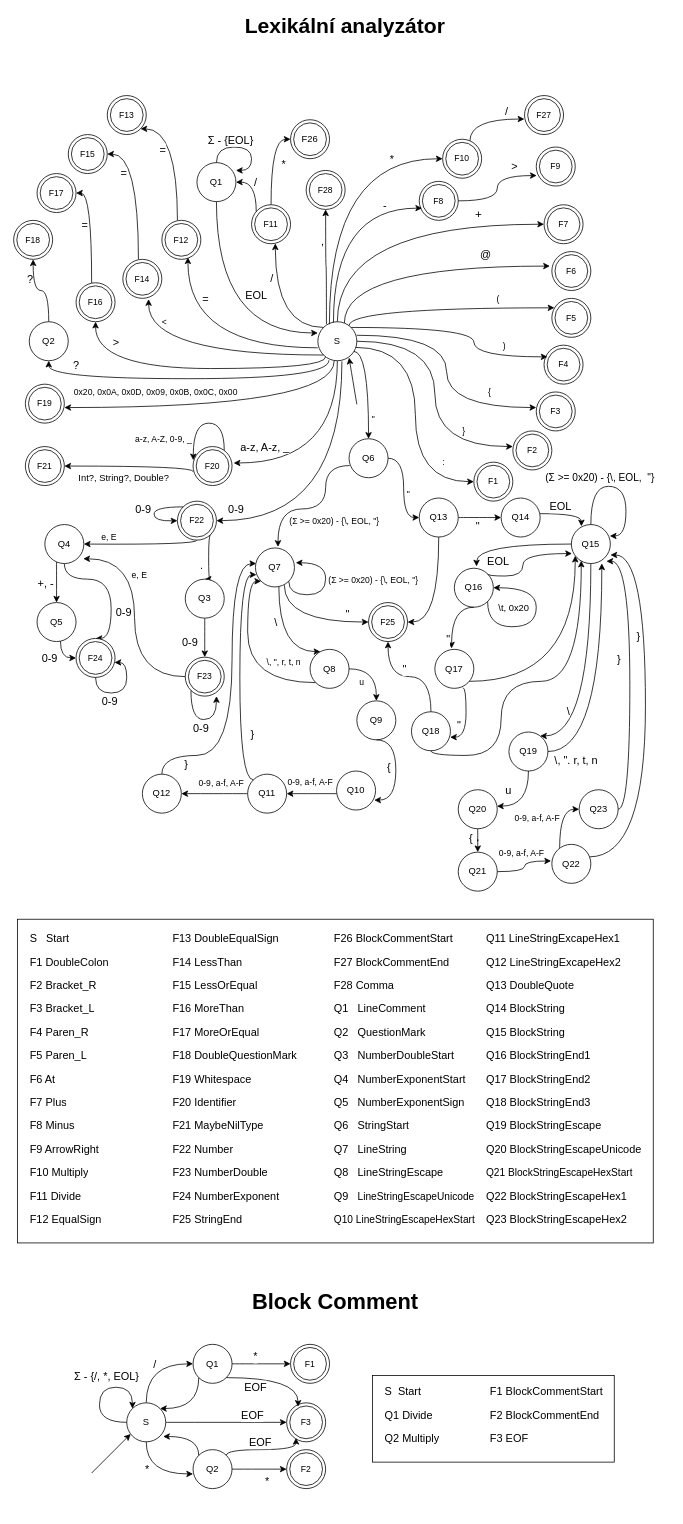
This is doc/ifj23.drawio from IFJ23-Survivalists/IFJ23, a draw.io file, before an edit. Source tidied: cells renumbered, new cells numbered last; positions are measured from the earlier drawing's top-left corner, leaving out a move shared by most shapes. Both pictures are drawn from the tidied source at 78%, with x=0, y=0 at pixel (13, 14).
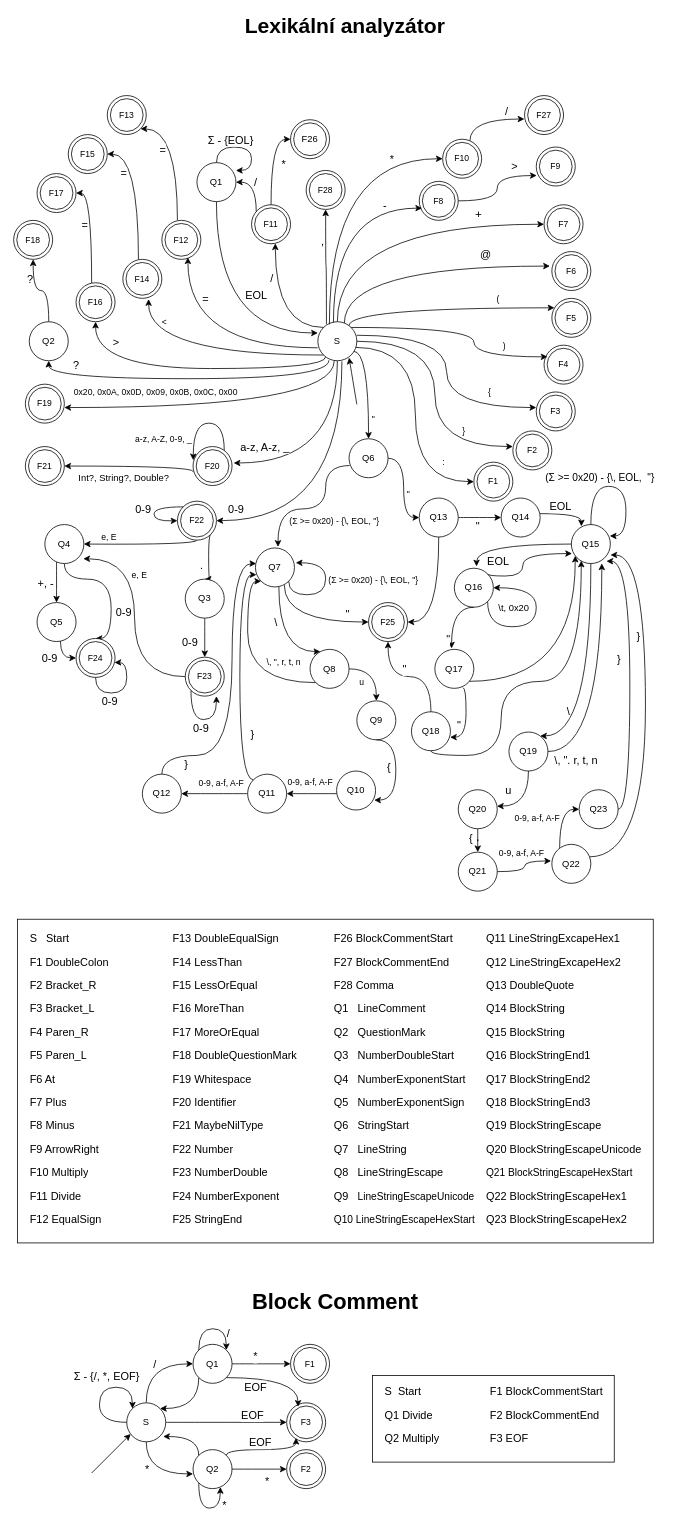
The same diagram, later.

The change refers to these unchanged cells:
```xml
<mxCell id="260" value="Q1" style="ellipse;whiteSpace=wrap;html=1;" parent="1" vertex="1">
  <mxGeometry x="230" y="1705" width="50" height="50" as="geometry" />
</mxCell>
<mxCell id="263" value="Q2" style="ellipse;whiteSpace=wrap;html=1;" parent="1" vertex="1">
  <mxGeometry x="230" y="1840" width="50" height="50" as="geometry" />
</mxCell>
<mxCell id="280" style="edgeStyle=orthogonalEdgeStyle;shape=connector;curved=1;rounded=0;orthogonalLoop=1;jettySize=auto;html=1;exitX=0;exitY=0.5;exitDx=0;exitDy=0;entryX=0;entryY=0;entryDx=0;entryDy=0;labelBackgroundColor=default;strokeColor=default;align=center;verticalAlign=middle;fontFamily=Helvetica;fontSize=14;fontColor=default;endArrow=classic;" parent="1" edge="1" source="254" target="254">
  <mxGeometry relative="1" as="geometry">
    <Array as="points">
      <mxPoint x="110" y="1805" />
      <mxPoint x="110" y="1760" />
      <mxPoint x="152" y="1760" />
    </Array>
  </mxGeometry>
</mxCell>
```

What changed in the source:
```diff
@@
-    <mxCell id="281" value="Σ - {/, *, EOL}" style="edgeLabel;html=1;align=center;verticalAlign=middle;fontSize=14;fontFamily=Helvetica;fontColor=default;" parent="280" vertex="1">
+    <mxCell id="281" value="Σ - {/, *, EOF}" style="edgeLabel;html=1;align=center;verticalAlign=middle;fontSize=14;fontFamily=Helvetica;fontColor=default;" parent="280" vertex="1">
       <mxGeometry x="0.18" relative="1" as="geometry">
         <mxPoint y="-15" as="offset" />
       </mxGeometry>
     </mxCell>
@@
+    <mxCell id="284" style="edgeStyle=orthogonalEdgeStyle;rounded=0;orthogonalLoop=1;jettySize=auto;html=1;exitX=0;exitY=1;exitDx=0;exitDy=0;entryX=0.7;entryY=0.96;entryDx=0;entryDy=0;entryPerimeter=0;curved=1;" parent="1" edge="1" source="263" target="263">
+      <mxGeometry relative="1" as="geometry">
+        <Array as="points">
+          <mxPoint x="237" y="1915" />
+          <mxPoint x="265" y="1915" />
+        </Array>
+      </mxGeometry>
+    </mxCell>
+    <mxCell id="285" value="*" style="edgeLabel;html=1;align=center;verticalAlign=middle;fontSize=14;" parent="284" vertex="1">
+      <mxGeometry x="0.13" y="-3" relative="1" as="geometry">
+        <mxPoint x="16" y="-8" as="offset" />
+      </mxGeometry>
+    </mxCell>
+    <mxCell id="286" style="edgeStyle=orthogonalEdgeStyle;rounded=0;orthogonalLoop=1;jettySize=auto;html=1;exitX=0;exitY=0;exitDx=0;exitDy=0;entryX=1;entryY=0;entryDx=0;entryDy=0;curved=1;" parent="1" edge="1" source="260" target="260">
+      <mxGeometry relative="1" as="geometry">
+        <Array as="points">
+          <mxPoint x="237" y="1685" />
+          <mxPoint x="273" y="1685" />
+        </Array>
+      </mxGeometry>
+    </mxCell>
+    <mxCell id="287" value="/" style="edgeLabel;html=1;align=center;verticalAlign=middle;fontSize=14;" parent="286" vertex="1">
+      <mxGeometry x="0.63" relative="1" as="geometry">
+        <mxPoint x="2" y="-5" as="offset" />
+      </mxGeometry>
+    </mxCell>
```
